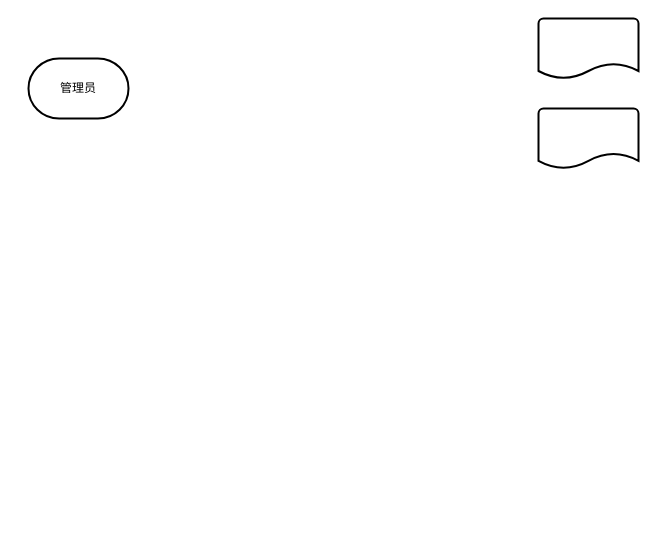
goodname01/0827 keeps this draw.io diagram as 新闻发布系统业务流程图.drawio. Above is the earlier version. Source tidied: cells renumbered, new cells numbered last; positions are measured from the earlier drawing's top-left corner, leaving out a move shared by most shapes. Both pictures are drawn from the tidied source at 100%, with x=0, y=0 at pixel (28, 18).
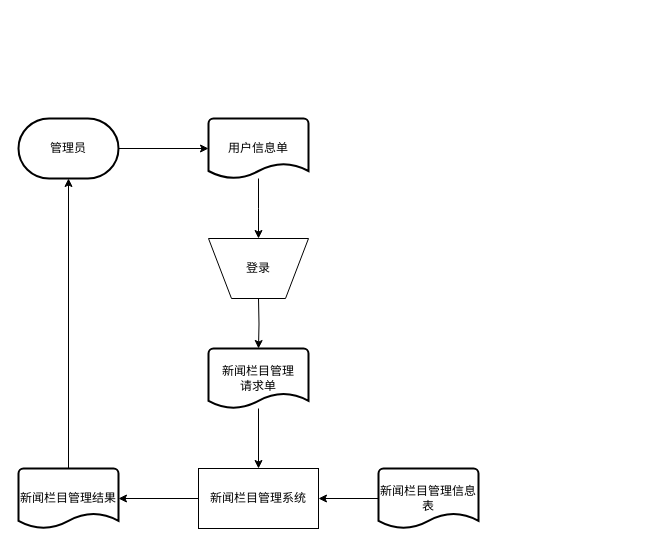
The same diagram, later.

Commit message (it also covers changes not shown here):
更新新闻发布系统业务流程图.drawio

Diff of the diagram source:
```diff
@@
 <mxGraphModel>
   <root>
     <mxCell id="0" />
     <mxCell id="1" parent="0" />
+    <mxCell id="5" style="edgeStyle=orthogonalEdgeStyle;rounded=0;jettySize=auto;html=1;" parent="1" edge="1" source="2" target="10">
+      <mxGeometry relative="1" as="geometry" />
+    </mxCell>
-    <mxCell id="2" style="strokeWidth=2;html=1;shape=mxgraph.flowchart.document2;whiteSpace=wrap;size=0.2533330281575521;" parent="1" vertex="1">
-      <mxGeometry x="510" y="90" width="100" height="60" as="geometry" />
+    <mxCell id="2" value="新闻栏目管理&lt;br&gt;请求单" style="strokeWidth=2;html=1;shape=mxgraph.flowchart.document2;whiteSpace=wrap;size=0.2533330281575521;" parent="1" vertex="1">
+      <mxGeometry x="180" y="330" width="100" height="60" as="geometry" />
     </mxCell>
+    <mxCell id="6" style="edgeStyle=orthogonalEdgeStyle;rounded=0;jettySize=auto;html=1;" parent="1" edge="1" source="3">
+      <mxGeometry relative="1" as="geometry">
+        <mxPoint x="230" y="220" as="targetPoint" />
+      </mxGeometry>
+    </mxCell>
-    <mxCell id="3" style="strokeWidth=2;html=1;shape=mxgraph.flowchart.document2;whiteSpace=wrap;size=0.25;" parent="1" vertex="1">
-      <mxGeometry x="510" width="100" height="60" as="geometry" />
+    <mxCell id="3" value="用户信息单" style="strokeWidth=2;html=1;shape=mxgraph.flowchart.document2;whiteSpace=wrap;size=0.25;" parent="1" vertex="1">
+      <mxGeometry x="180" y="100" width="100" height="60" as="geometry" />
     </mxCell>
+    <mxCell id="7" style="edgeStyle=orthogonalEdgeStyle;rounded=0;jettySize=auto;html=1;" parent="1" edge="1" source="4" target="3">
+      <mxGeometry relative="1" as="geometry" />
+    </mxCell>
     <mxCell id="4" value="管理员" style="strokeWidth=2;html=1;shape=mxgraph.flowchart.terminator;whiteSpace=wrap;" parent="1" vertex="1">
-      <mxGeometry y="40" width="100" height="60" as="geometry" />
+      <mxGeometry x="-10" y="100" width="100" height="60" as="geometry" />
     </mxCell>
+    <mxCell id="8" style="edgeStyle=orthogonalEdgeStyle;rounded=0;jettySize=auto;html=1;" parent="1" edge="1" target="2">
+      <mxGeometry relative="1" as="geometry">
+        <mxPoint x="230" y="280" as="sourcePoint" />
+      </mxGeometry>
+    </mxCell>
+    <mxCell id="9" style="edgeStyle=orthogonalEdgeStyle;rounded=0;jettySize=auto;html=1;" parent="1" edge="1" source="10" target="12">
+      <mxGeometry relative="1" as="geometry" />
+    </mxCell>
+    <mxCell id="10" value="新闻栏目管理系统" style="rounded=0;whiteSpace=wrap;html=1;" parent="1" vertex="1">
+      <mxGeometry x="170" y="450" width="120" height="60" as="geometry" />
+    </mxCell>
+    <mxCell id="11" style="edgeStyle=orthogonalEdgeStyle;rounded=0;jettySize=auto;html=1;entryX=0.5;entryY=1;entryDx=0;entryDy=0;entryPerimeter=0;" parent="1" edge="1" source="12" target="4">
+      <mxGeometry relative="1" as="geometry" />
+    </mxCell>
+    <mxCell id="12" value="新闻栏目管理结果" style="strokeWidth=2;html=1;shape=mxgraph.flowchart.document2;whiteSpace=wrap;size=0.2533330281575521;" parent="1" vertex="1">
+      <mxGeometry x="-10" y="450" width="100" height="60" as="geometry" />
+    </mxCell>
+    <mxCell id="13" style="edgeStyle=orthogonalEdgeStyle;rounded=0;jettySize=auto;html=1;" parent="1" edge="1" source="14" target="10">
+      <mxGeometry relative="1" as="geometry" />
+    </mxCell>
+    <mxCell id="14" value="新闻栏目管理信息表" style="strokeWidth=2;html=1;shape=mxgraph.flowchart.document2;whiteSpace=wrap;size=0.2533330281575521;" parent="1" vertex="1">
+      <mxGeometry x="350" y="450" width="100" height="60" as="geometry" />
+    </mxCell>
+    <mxCell id="15" value="登录" style="verticalLabelPosition=middle;verticalAlign=middle;html=1;shape=trapezoid;perimeter=trapezoidPerimeter;whiteSpace=wrap;size=0.23;arcSize=10;flipV=1;labelPosition=center;align=center;" parent="1" vertex="1">
+      <mxGeometry x="180" y="220" width="100" height="60" as="geometry" />
+    </mxCell>
   </root>
 </mxGraphModel>
```
